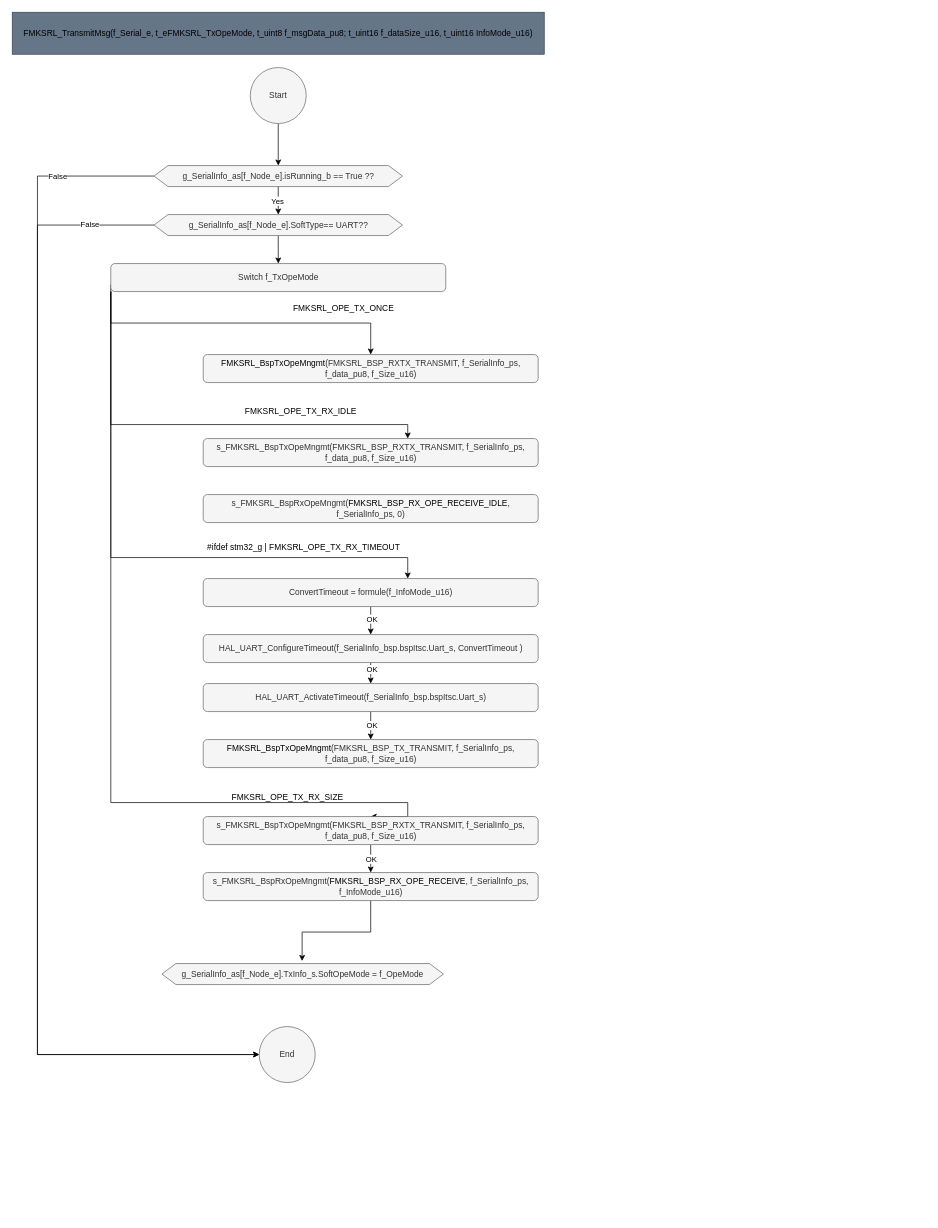
Above: page "Transmit" (6 of 15) of src/1_FMK/FMK_HAL/FMK_SRL/Doc/Design/SerialDesign.drawio in mbarbeau0545/PickersRobotPOC (draw.io), before the change. Source tidied: cells renumbered, new cells numbered last; positions are measured from the earlier drawing's top-left corner, leaving out a move shared by most shapes. Both pictures are drawn from the tidied source at 70%, with x=0, y=0 at pixel (12, 12).
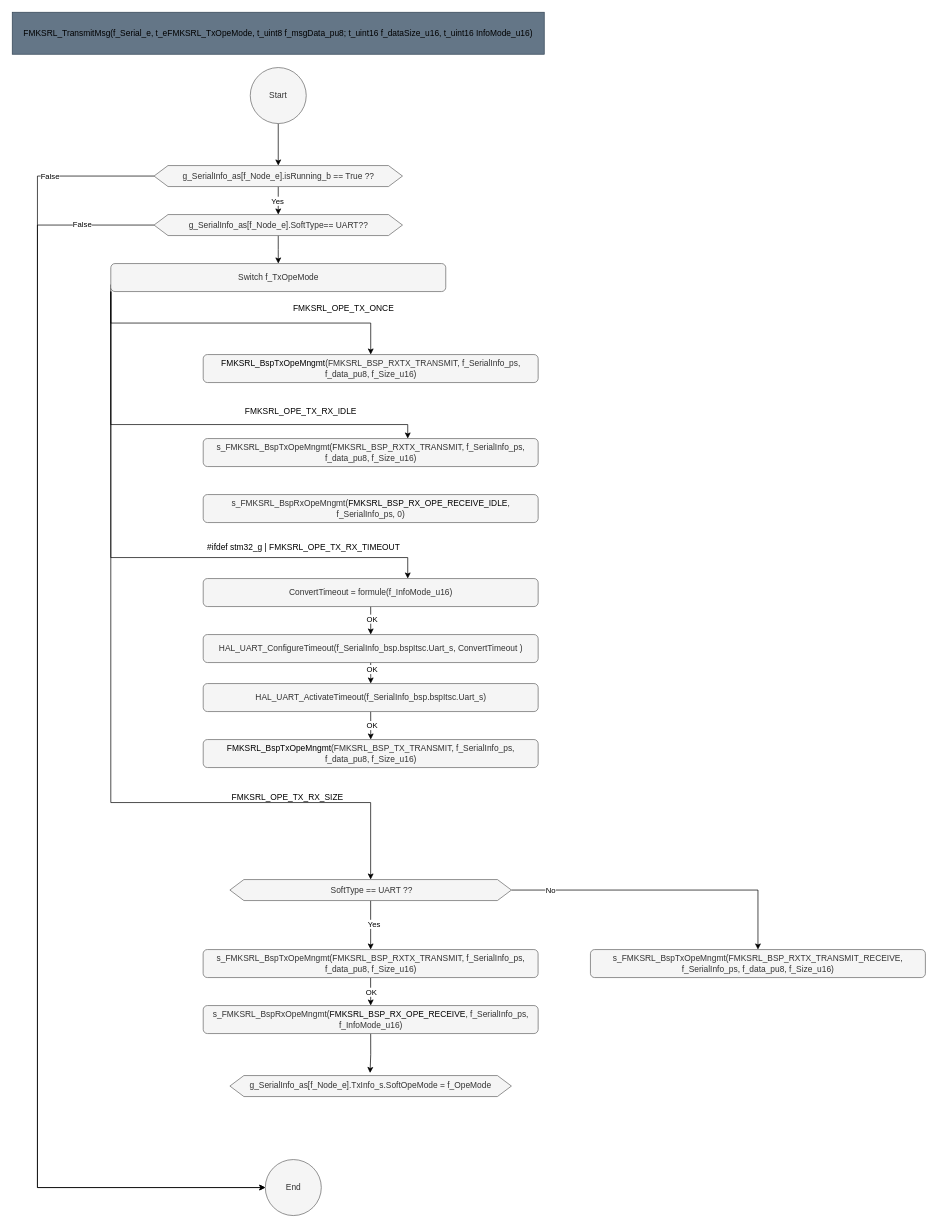
The same page after the edit.

Unchanged cells that the change refers to:
```xml
<mxCell id="9" value="g_SerialInfo_as[f_Node_e].isRunning_b == True ??" style="shape=hexagon;perimeter=hexagonPerimeter2;whiteSpace=wrap;html=1;fixedSize=1;fillColor=#f5f5f5;fontColor=#333333;strokeColor=#666666;" parent="1" vertex="1">
  <mxGeometry x="202.5" y="219" width="355" height="30" as="geometry" />
</mxCell>
<mxCell id="13" value="g_SerialInfo_as[f_Node_e].SoftType== UART??" style="shape=hexagon;perimeter=hexagonPerimeter2;whiteSpace=wrap;html=1;fixedSize=1;fillColor=#f5f5f5;fontColor=#333333;strokeColor=#666666;" parent="1" vertex="1">
  <mxGeometry x="202.5" y="289" width="355" height="30" as="geometry" />
</mxCell>
<mxCell id="19" value="Switch f_TxOpeMode" style="rounded=1;whiteSpace=wrap;html=1;fillColor=#f5f5f5;fontColor=#333333;strokeColor=#666666;" parent="1" vertex="1">
  <mxGeometry x="140.8" y="359" width="478.5" height="40" as="geometry" />
</mxCell>
```

Diff of the diagram source:
```diff
@@
     <mxCell id="5" style="edgeStyle=orthogonalEdgeStyle;rounded=0;jettySize=auto;html=1;exitX=0;exitY=0.5;exitDx=0;exitDy=0;entryX=0;entryY=0.5;entryDx=0;entryDy=0;" parent="1" edge="1" source="9" target="14">
       <mxGeometry relative="1" as="geometry">
         <Array as="points">
           <mxPoint x="36" y="234" />
-          <mxPoint x="36" y="1489" />
+          <mxPoint x="36" y="1679" />
         </Array>
       </mxGeometry>
     </mxCell>
@@
     <mxCell id="10" style="edgeStyle=orthogonalEdgeStyle;rounded=0;jettySize=auto;html=1;exitX=0;exitY=0.5;exitDx=0;exitDy=0;entryX=0;entryY=0.5;entryDx=0;entryDy=0;" parent="1" edge="1" source="13" target="14">
       <mxGeometry relative="1" as="geometry">
         <Array as="points">
           <mxPoint x="36" y="304" />
-          <mxPoint x="36" y="1489" />
+          <mxPoint x="36" y="1679" />
         </Array>
       </mxGeometry>
     </mxCell>
@@
     <mxCell id="14" value="End" style="ellipse;whiteSpace=wrap;html=1;fillColor=#f5f5f5;fontColor=#333333;strokeColor=#666666;" parent="1" vertex="1">
-      <mxGeometry x="352.8" y="1449" width="80" height="80" as="geometry" />
+      <mxGeometry x="361.5" y="1639" width="80" height="80" as="geometry" />
     </mxCell>
@@
-    <mxCell id="18" style="edgeStyle=orthogonalEdgeStyle;rounded=0;jettySize=auto;html=1;exitX=0;exitY=1;exitDx=0;exitDy=0;entryX=0.5;entryY=0;entryDx=0;entryDy=0;" parent="1" edge="1" source="19" target="39">
+    <mxCell id="18" style="edgeStyle=orthogonalEdgeStyle;rounded=0;jettySize=auto;html=1;exitX=0;exitY=1;exitDx=0;exitDy=0;entryX=0.5;entryY=0;entryDx=0;entryDy=0;" parent="1" edge="1" source="19" target="47">
       <mxGeometry relative="1" as="geometry">
         <Array as="points">
           <mxPoint x="141" y="1129" />
-          <mxPoint x="565" y="1129" />
+          <mxPoint x="512" y="1129" />
         </Array>
       </mxGeometry>
     </mxCell>
@@
     <mxCell id="39" value="s_FMKSRL_BspTxOpeMngmt(FMKSRL_BSP_RXTX_TRANSMIT, f_SerialInfo_ps, f_data_pu8, f_Size_u16)" style="rounded=1;whiteSpace=wrap;html=1;fillColor=#f5f5f5;fontColor=#333333;strokeColor=#666666;" parent="1" vertex="1">
-      <mxGeometry x="272.8" y="1149" width="478.5" height="40" as="geometry" />
+      <mxGeometry x="272.7" y="1339" width="478.5" height="40" as="geometry" />
     </mxCell>
@@
     <mxCell id="41" value="s_FMKSRL_BspRxOpeMngmt(&lt;span style=&quot;color: rgb(0, 0, 0); text-align: left;&quot;&gt;FMKSRL_BSP_RX_OPE_RECEIVE&lt;/span&gt;, f_SerialInfo_ps, f_InfoMode_u16)" style="rounded=1;whiteSpace=wrap;html=1;fillColor=#f5f5f5;fontColor=#333333;strokeColor=#666666;" parent="1" vertex="1">
-      <mxGeometry x="272.8" y="1229" width="478.5" height="40" as="geometry" />
+      <mxGeometry x="272.8" y="1419" width="478.5" height="40" as="geometry" />
     </mxCell>
     <mxCell id="42" value="g_SerialInfo_as[f_Node_e].TxInfo_s.SoftOpeMode = f_OpeMode" style="shape=hexagon;perimeter=hexagonPerimeter2;whiteSpace=wrap;html=1;fixedSize=1;fillColor=#f5f5f5;fontColor=#333333;strokeColor=#666666;" parent="1" vertex="1">
-      <mxGeometry x="213.8" y="1359" width="402.2" height="30" as="geometry" />
+      <mxGeometry x="310.9" y="1519" width="402.2" height="30" as="geometry" />
     </mxCell>
+    <mxCell id="43" style="edgeStyle=orthogonalEdgeStyle;rounded=0;jettySize=auto;html=1;exitX=0.5;exitY=1;exitDx=0;exitDy=0;" parent="1" edge="1" source="47" target="39">
+      <mxGeometry relative="1" as="geometry" />
+    </mxCell>
+    <mxCell id="44" value="Yes" style="edgeLabel;html=1;align=center;verticalAlign=middle;" parent="43" vertex="1">
+      <mxGeometry x="-0.06" y="4" relative="1" as="geometry" />
+    </mxCell>
+    <mxCell id="45" style="edgeStyle=orthogonalEdgeStyle;rounded=0;jettySize=auto;html=1;exitX=1;exitY=0.5;exitDx=0;exitDy=0;" parent="1" edge="1" source="47" target="48">
+      <mxGeometry relative="1" as="geometry" />
+    </mxCell>
+    <mxCell id="46" value="No" style="edgeLabel;html=1;align=center;verticalAlign=middle;" parent="45" vertex="1">
+      <mxGeometry x="-0.75" y="2" relative="1" as="geometry">
+        <mxPoint y="1" as="offset" />
+      </mxGeometry>
+    </mxCell>
+    <mxCell id="47" value="&amp;nbsp;SoftType == UART ??" style="shape=hexagon;perimeter=hexagonPerimeter2;whiteSpace=wrap;html=1;fixedSize=1;fillColor=#f5f5f5;fontColor=#333333;strokeColor=#666666;" parent="1" vertex="1">
+      <mxGeometry x="310.9" y="1239" width="402.2" height="30" as="geometry" />
+    </mxCell>
+    <mxCell id="48" value="s_FMKSRL_BspTxOpeMngmt(FMKSRL_BSP_RXTX_TRANSMIT_RECEIVE, f_SerialInfo_ps, f_data_pu8, f_Size_u16)" style="rounded=1;whiteSpace=wrap;html=1;fillColor=#f5f5f5;fontColor=#333333;strokeColor=#666666;" parent="1" vertex="1">
+      <mxGeometry x="826" y="1339" width="478.5" height="40" as="geometry" />
+    </mxCell>
```
